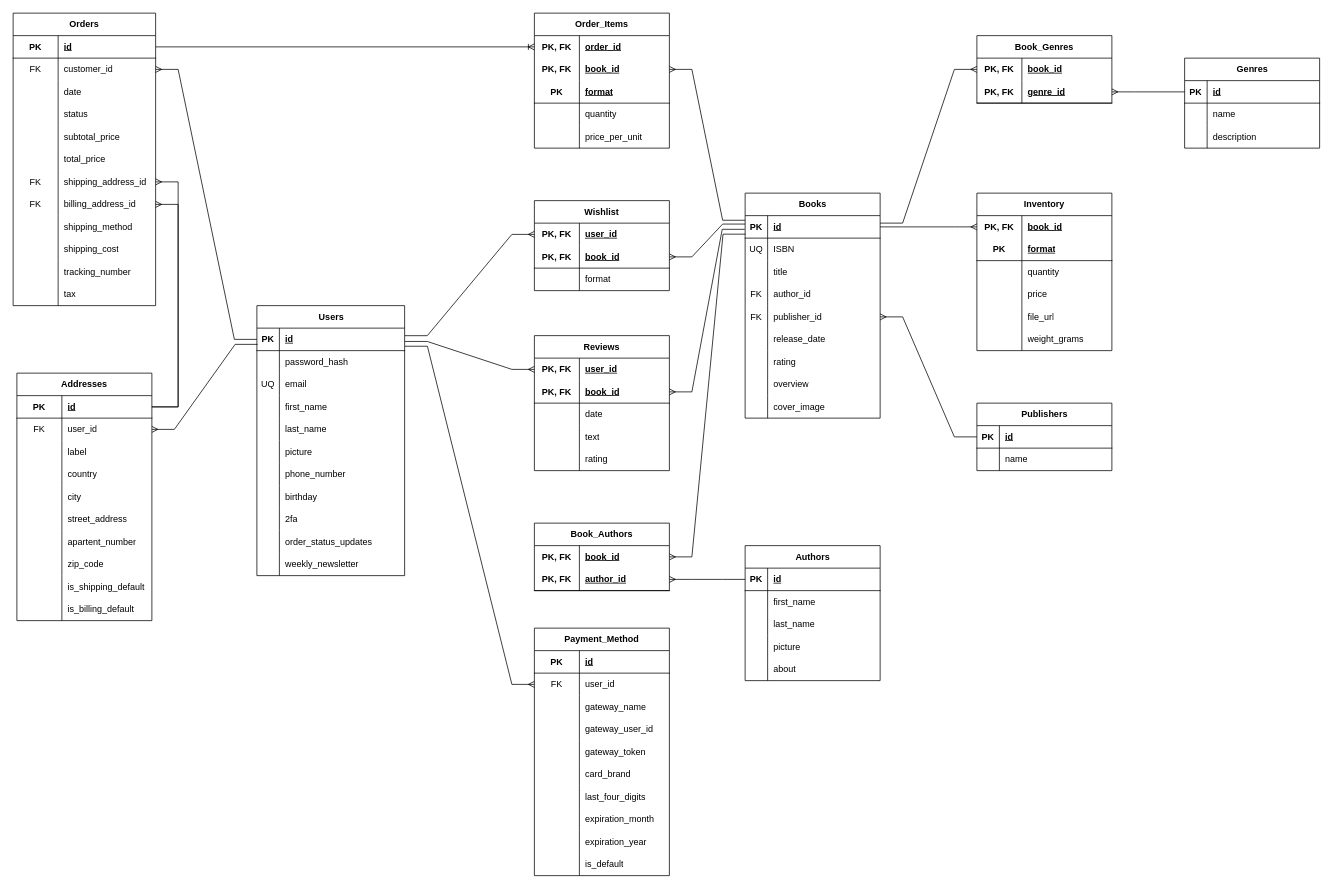
Before: ERD.drawio in ShayTam/Bookstore, a draw.io diagram. Source tidied: cells renumbered, new cells numbered last; positions are measured from the earlier drawing's top-left corner, leaving out a move shared by most shapes. Both pictures are drawn from the tidied source at 75%, with x=0, y=0 at pixel (13, 13).
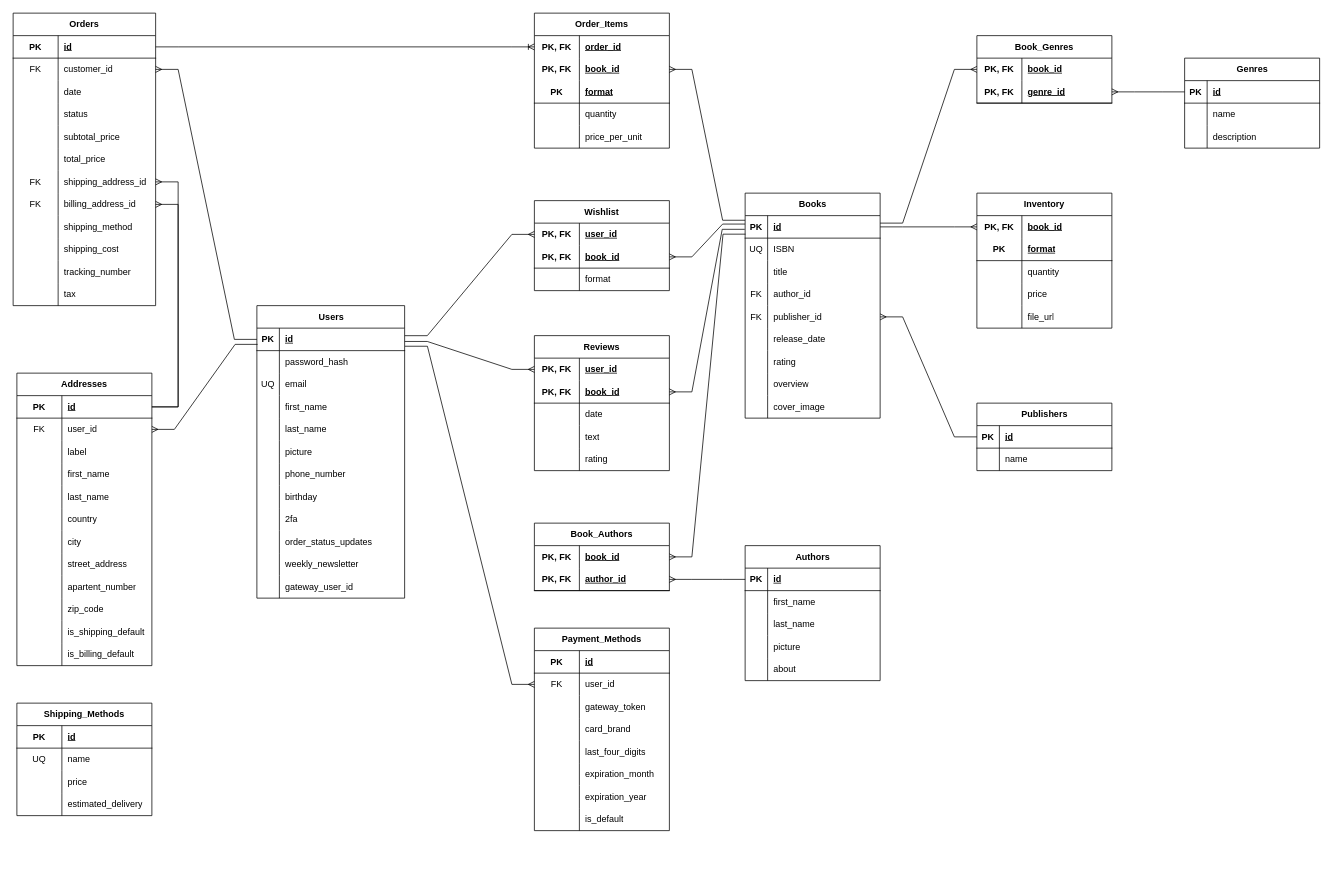
The same page after the edit.

Commit message:
added names in addresses table

Change to the diagram source:
```diff
@@
     <mxCell id="2" value="Users" style="shape=table;startSize=30;childLayout=tableLayout;rowLines=0;fontStyle=1;align=center;html=1;" parent="1" vertex="1">
-      <mxGeometry x="325" y="390" width="197" height="360" as="geometry" />
+      <mxGeometry x="325" y="390" width="197" height="390" as="geometry" />
     </mxCell>
@@
+    <mxCell id="288" style="shape=tableRow;horizontal=0;startSize=0;swimlaneHead=0;swimlaneBody=0;fillColor=none;top=0;left=0;right=0;bottom=0;" parent="2" vertex="1">
+      <mxGeometry y="360" width="197" height="30" as="geometry" />
+    </mxCell>
+    <mxCell id="289" style="shape=partialRectangle;fillColor=none;top=0;left=0;bottom=0;right=0;overflow=hidden;whiteSpace=wrap;html=1;" parent="288" vertex="1">
+      <mxGeometry width="30" height="30" as="geometry" />
+    </mxCell>
+    <mxCell id="268" value="gateway_user_id" style="shape=partialRectangle;fillColor=none;top=0;left=0;bottom=0;right=0;align=left;spacingLeft=6;overflow=hidden;whiteSpace=wrap;html=1;" parent="288" vertex="1">
+      <mxGeometry x="30" width="167" height="30" as="geometry" />
+    </mxCell>
@@
     <mxCell id="80" value="Inventory" style="shape=table;startSize=30;childLayout=tableLayout;rowLines=0;fontStyle=1;align=center;html=1;whiteSpace=wrap;" parent="1" vertex="1">
-      <mxGeometry x="1285" y="240" width="180" height="210" as="geometry" />
+      <mxGeometry x="1285" y="240" width="180" height="180" as="geometry" />
     </mxCell>
@@
-    <mxCell id="96" style="shape=tableRow;horizontal=0;startSize=0;swimlaneHead=0;swimlaneBody=0;fillColor=none;top=0;left=0;right=0;bottom=0;html=1;" parent="80" vertex="1">
-      <mxGeometry y="180" width="180" height="30" as="geometry" />
-    </mxCell>
-    <mxCell id="97" style="shape=partialRectangle;fillColor=none;top=0;left=0;bottom=0;right=0;overflow=hidden;html=1;whiteSpace=wrap;" parent="96" vertex="1">
-      <mxGeometry width="60" height="30" as="geometry" />
-    </mxCell>
-    <mxCell id="98" value="weight_grams" style="shape=partialRectangle;fillColor=none;top=0;left=0;bottom=0;right=0;align=left;spacingLeft=6;overflow=hidden;html=1;whiteSpace=wrap;" parent="96" vertex="1">
-      <mxGeometry x="60" width="120" height="30" as="geometry" />
-    </mxCell>
@@
     <mxCell id="192" value="Addresses" style="shape=table;startSize=30;childLayout=tableLayout;rowLines=0;fontStyle=1;align=center;html=1;whiteSpace=wrap;" parent="1" vertex="1">
-      <mxGeometry x="5" y="480" width="180" height="330" as="geometry" />
+      <mxGeometry x="5" y="480" width="180" height="390" as="geometry" />
     </mxCell>
@@
+    <mxCell id="290" style="shape=tableRow;horizontal=0;startSize=0;swimlaneHead=0;swimlaneBody=0;fillColor=none;top=0;left=0;right=0;bottom=0;html=1;" parent="192" vertex="1">
+      <mxGeometry y="120" width="180" height="30" as="geometry" />
+    </mxCell>
+    <mxCell id="291" style="shape=partialRectangle;fillColor=none;top=0;left=0;bottom=0;right=0;overflow=hidden;html=1;whiteSpace=wrap;" parent="290" vertex="1">
+      <mxGeometry width="60" height="30" as="geometry" />
+    </mxCell>
+    <mxCell id="292" value="first_name" style="shape=partialRectangle;fillColor=none;top=0;left=0;bottom=0;right=0;align=left;spacingLeft=6;overflow=hidden;html=1;whiteSpace=wrap;" parent="290" vertex="1">
+      <mxGeometry x="60" width="120" height="30" as="geometry" />
+    </mxCell>
+    <mxCell id="293" style="shape=tableRow;horizontal=0;startSize=0;swimlaneHead=0;swimlaneBody=0;fillColor=none;top=0;left=0;right=0;bottom=0;html=1;" parent="192" vertex="1">
+      <mxGeometry y="150" width="180" height="30" as="geometry" />
+    </mxCell>
+    <mxCell id="294" style="shape=partialRectangle;fillColor=none;top=0;left=0;bottom=0;right=0;overflow=hidden;html=1;whiteSpace=wrap;" parent="293" vertex="1">
+      <mxGeometry width="60" height="30" as="geometry" />
+    </mxCell>
+    <mxCell id="295" value="last_name" style="shape=partialRectangle;fillColor=none;top=0;left=0;bottom=0;right=0;align=left;spacingLeft=6;overflow=hidden;html=1;whiteSpace=wrap;" parent="293" vertex="1">
+      <mxGeometry x="60" width="120" height="30" as="geometry" />
+    </mxCell>
     <mxCell id="202" style="shape=tableRow;horizontal=0;startSize=0;swimlaneHead=0;swimlaneBody=0;fillColor=none;top=0;left=0;right=0;bottom=0;html=1;" parent="192" vertex="1">
-      <mxGeometry y="120" width="180" height="30" as="geometry" />
+      <mxGeometry y="180" width="180" height="30" as="geometry" />
     </mxCell>
@@
     <mxCell id="205" style="shape=tableRow;horizontal=0;startSize=0;swimlaneHead=0;swimlaneBody=0;fillColor=none;top=0;left=0;right=0;bottom=0;html=1;" parent="192" vertex="1">
-      <mxGeometry y="150" width="180" height="30" as="geometry" />
+      <mxGeometry y="210" width="180" height="30" as="geometry" />
     </mxCell>
@@
     <mxCell id="208" style="shape=tableRow;horizontal=0;startSize=0;swimlaneHead=0;swimlaneBody=0;fillColor=none;top=0;left=0;right=0;bottom=0;html=1;" parent="192" vertex="1">
-      <mxGeometry y="180" width="180" height="30" as="geometry" />
+      <mxGeometry y="240" width="180" height="30" as="geometry" />
     </mxCell>
@@
     <mxCell id="211" style="shape=tableRow;horizontal=0;startSize=0;swimlaneHead=0;swimlaneBody=0;fillColor=none;top=0;left=0;right=0;bottom=0;html=1;" parent="192" vertex="1">
-      <mxGeometry y="210" width="180" height="30" as="geometry" />
+      <mxGeometry y="270" width="180" height="30" as="geometry" />
     </mxCell>
@@
     <mxCell id="214" style="shape=tableRow;horizontal=0;startSize=0;swimlaneHead=0;swimlaneBody=0;fillColor=none;top=0;left=0;right=0;bottom=0;html=1;" parent="192" vertex="1">
-      <mxGeometry y="240" width="180" height="30" as="geometry" />
+      <mxGeometry y="300" width="180" height="30" as="geometry" />
     </mxCell>
@@
     <mxCell id="217" style="shape=tableRow;horizontal=0;startSize=0;swimlaneHead=0;swimlaneBody=0;fillColor=none;top=0;left=0;right=0;bottom=0;html=1;" parent="192" vertex="1">
-      <mxGeometry y="270" width="180" height="30" as="geometry" />
+      <mxGeometry y="330" width="180" height="30" as="geometry" />
     </mxCell>
@@
     <mxCell id="220" style="shape=tableRow;horizontal=0;startSize=0;swimlaneHead=0;swimlaneBody=0;fillColor=none;top=0;left=0;right=0;bottom=0;html=1;" parent="192" vertex="1">
-      <mxGeometry y="300" width="180" height="30" as="geometry" />
+      <mxGeometry y="360" width="180" height="30" as="geometry" />
     </mxCell>
@@
-    <mxCell id="256" value="Payment_Method" style="shape=table;startSize=30;childLayout=tableLayout;rowLines=0;fontStyle=1;align=center;html=1;whiteSpace=wrap;" parent="1" vertex="1">
-      <mxGeometry x="695" y="820" width="180" height="330" as="geometry" />
+    <mxCell id="256" value="Payment_Methods" style="shape=table;startSize=30;childLayout=tableLayout;rowLines=0;fontStyle=1;align=center;html=1;whiteSpace=wrap;" parent="1" vertex="1">
+      <mxGeometry x="695" y="820" width="180" height="270" as="geometry" />
     </mxCell>
@@
-    <mxCell id="263" style="shape=tableRow;horizontal=0;startSize=0;swimlaneHead=0;swimlaneBody=0;fillColor=none;top=0;left=0;right=0;bottom=0;html=1;" parent="256" vertex="1">
-      <mxGeometry y="90" width="180" height="30" as="geometry" />
-    </mxCell>
-    <mxCell id="264" style="shape=partialRectangle;fillColor=none;top=0;left=0;bottom=0;right=0;overflow=hidden;html=1;whiteSpace=wrap;" parent="263" vertex="1">
-      <mxGeometry width="60" height="30" as="geometry" />
-    </mxCell>
-    <mxCell id="265" value="gateway_name" style="shape=partialRectangle;fillColor=none;top=0;left=0;bottom=0;right=0;align=left;spacingLeft=6;overflow=hidden;html=1;whiteSpace=wrap;" parent="263" vertex="1">
-      <mxGeometry x="60" width="120" height="30" as="geometry" />
-    </mxCell>
-    <mxCell id="266" style="shape=tableRow;horizontal=0;startSize=0;swimlaneHead=0;swimlaneBody=0;fillColor=none;top=0;left=0;right=0;bottom=0;html=1;" parent="256" vertex="1">
-      <mxGeometry y="120" width="180" height="30" as="geometry" />
-    </mxCell>
-    <mxCell id="267" style="shape=partialRectangle;fillColor=none;top=0;left=0;bottom=0;right=0;overflow=hidden;html=1;whiteSpace=wrap;" parent="266" vertex="1">
-      <mxGeometry width="60" height="30" as="geometry" />
-    </mxCell>
-    <mxCell id="268" value="gateway_user_id" style="shape=partialRectangle;fillColor=none;top=0;left=0;bottom=0;right=0;align=left;spacingLeft=6;overflow=hidden;html=1;whiteSpace=wrap;" parent="266" vertex="1">
-      <mxGeometry x="60" width="120" height="30" as="geometry" />
-    </mxCell>
     <mxCell id="269" style="shape=tableRow;horizontal=0;startSize=0;swimlaneHead=0;swimlaneBody=0;fillColor=none;top=0;left=0;right=0;bottom=0;html=1;" parent="256" vertex="1">
-      <mxGeometry y="150" width="180" height="30" as="geometry" />
+      <mxGeometry y="90" width="180" height="30" as="geometry" />
     </mxCell>
@@
     <mxCell id="272" style="shape=tableRow;horizontal=0;startSize=0;swimlaneHead=0;swimlaneBody=0;fillColor=none;top=0;left=0;right=0;bottom=0;html=1;" parent="256" vertex="1">
-      <mxGeometry y="180" width="180" height="30" as="geometry" />
+      <mxGeometry y="120" width="180" height="30" as="geometry" />
     </mxCell>
@@
     <mxCell id="275" style="shape=tableRow;horizontal=0;startSize=0;swimlaneHead=0;swimlaneBody=0;fillColor=none;top=0;left=0;right=0;bottom=0;html=1;" parent="256" vertex="1">
-      <mxGeometry y="210" width="180" height="30" as="geometry" />
+      <mxGeometry y="150" width="180" height="30" as="geometry" />
     </mxCell>
@@
     <mxCell id="278" style="shape=tableRow;horizontal=0;startSize=0;swimlaneHead=0;swimlaneBody=0;fillColor=none;top=0;left=0;right=0;bottom=0;html=1;" parent="256" vertex="1">
-      <mxGeometry y="240" width="180" height="30" as="geometry" />
+      <mxGeometry y="180" width="180" height="30" as="geometry" />
     </mxCell>
@@
     <mxCell id="281" style="shape=tableRow;horizontal=0;startSize=0;swimlaneHead=0;swimlaneBody=0;fillColor=none;top=0;left=0;right=0;bottom=0;html=1;" parent="256" vertex="1">
-      <mxGeometry y="270" width="180" height="30" as="geometry" />
+      <mxGeometry y="210" width="180" height="30" as="geometry" />
     </mxCell>
@@
     <mxCell id="284" style="shape=tableRow;horizontal=0;startSize=0;swimlaneHead=0;swimlaneBody=0;fillColor=none;top=0;left=0;right=0;bottom=0;html=1;" parent="256" vertex="1">
-      <mxGeometry y="300" width="180" height="30" as="geometry" />
+      <mxGeometry y="240" width="180" height="30" as="geometry" />
     </mxCell>
@@
+    <mxCell id="296" value="Shipping_Methods" style="shape=table;startSize=30;childLayout=tableLayout;rowLines=0;fontStyle=1;align=center;html=1;whiteSpace=wrap;" parent="1" vertex="1">
+      <mxGeometry x="5" y="920" width="180" height="150" as="geometry" />
+    </mxCell>
+    <mxCell id="297" style="shape=tableRow;horizontal=0;startSize=0;swimlaneHead=0;swimlaneBody=0;fillColor=none;top=0;left=0;right=0;bottom=1;html=1;" parent="296" vertex="1">
+      <mxGeometry y="30" width="180" height="30" as="geometry" />
+    </mxCell>
+    <mxCell id="298" value="&lt;span style=&quot;font-weight: 700;&quot;&gt;PK&lt;/span&gt;" style="shape=partialRectangle;fillColor=none;top=0;left=0;bottom=0;right=0;fontStyle=0;overflow=hidden;html=1;whiteSpace=wrap;" parent="297" vertex="1">
+      <mxGeometry width="60" height="30" as="geometry" />
+    </mxCell>
+    <mxCell id="299" value="&lt;span style=&quot;font-weight: 700; text-decoration: underline;&quot;&gt;id&lt;/span&gt;" style="shape=partialRectangle;fillColor=none;top=0;left=0;bottom=0;right=0;align=left;spacingLeft=6;fontStyle=0;overflow=hidden;html=1;whiteSpace=wrap;" parent="297" vertex="1">
+      <mxGeometry x="60" width="120" height="30" as="geometry" />
+    </mxCell>
+    <mxCell id="300" style="shape=tableRow;horizontal=0;startSize=0;swimlaneHead=0;swimlaneBody=0;fillColor=none;top=0;left=0;right=0;bottom=0;html=1;" parent="296" vertex="1">
+      <mxGeometry y="60" width="180" height="30" as="geometry" />
+    </mxCell>
+    <mxCell id="301" value="UQ" style="shape=partialRectangle;fillColor=none;top=0;left=0;bottom=0;right=0;overflow=hidden;html=1;whiteSpace=wrap;" parent="300" vertex="1">
+      <mxGeometry width="60" height="30" as="geometry" />
+    </mxCell>
+    <mxCell id="302" value="name" style="shape=partialRectangle;fillColor=none;top=0;left=0;bottom=0;right=0;align=left;spacingLeft=6;overflow=hidden;html=1;whiteSpace=wrap;" parent="300" vertex="1">
+      <mxGeometry x="60" width="120" height="30" as="geometry" />
+    </mxCell>
+    <mxCell id="263" style="shape=tableRow;horizontal=0;startSize=0;swimlaneHead=0;swimlaneBody=0;fillColor=none;top=0;left=0;right=0;bottom=0;html=1;" parent="296" vertex="1">
+      <mxGeometry y="90" width="180" height="30" as="geometry" />
+    </mxCell>
+    <mxCell id="303" style="shape=partialRectangle;fillColor=none;top=0;left=0;bottom=0;right=0;overflow=hidden;html=1;whiteSpace=wrap;" parent="263" vertex="1">
+      <mxGeometry width="60" height="30" as="geometry" />
+    </mxCell>
+    <mxCell id="304" value="price" style="shape=partialRectangle;fillColor=none;top=0;left=0;bottom=0;right=0;align=left;spacingLeft=6;overflow=hidden;html=1;whiteSpace=wrap;" parent="263" vertex="1">
+      <mxGeometry x="60" width="120" height="30" as="geometry" />
+    </mxCell>
+    <mxCell id="305" style="shape=tableRow;horizontal=0;startSize=0;swimlaneHead=0;swimlaneBody=0;fillColor=none;top=0;left=0;right=0;bottom=0;html=1;" parent="296" vertex="1">
+      <mxGeometry y="120" width="180" height="30" as="geometry" />
+    </mxCell>
+    <mxCell id="306" style="shape=partialRectangle;fillColor=none;top=0;left=0;bottom=0;right=0;overflow=hidden;html=1;whiteSpace=wrap;" parent="305" vertex="1">
+      <mxGeometry width="60" height="30" as="geometry" />
+    </mxCell>
+    <mxCell id="307" value="estimated_delivery" style="shape=partialRectangle;fillColor=none;top=0;left=0;bottom=0;right=0;align=left;spacingLeft=6;overflow=hidden;html=1;whiteSpace=wrap;" parent="305" vertex="1">
+      <mxGeometry x="60" width="120" height="30" as="geometry" />
+    </mxCell>
```
